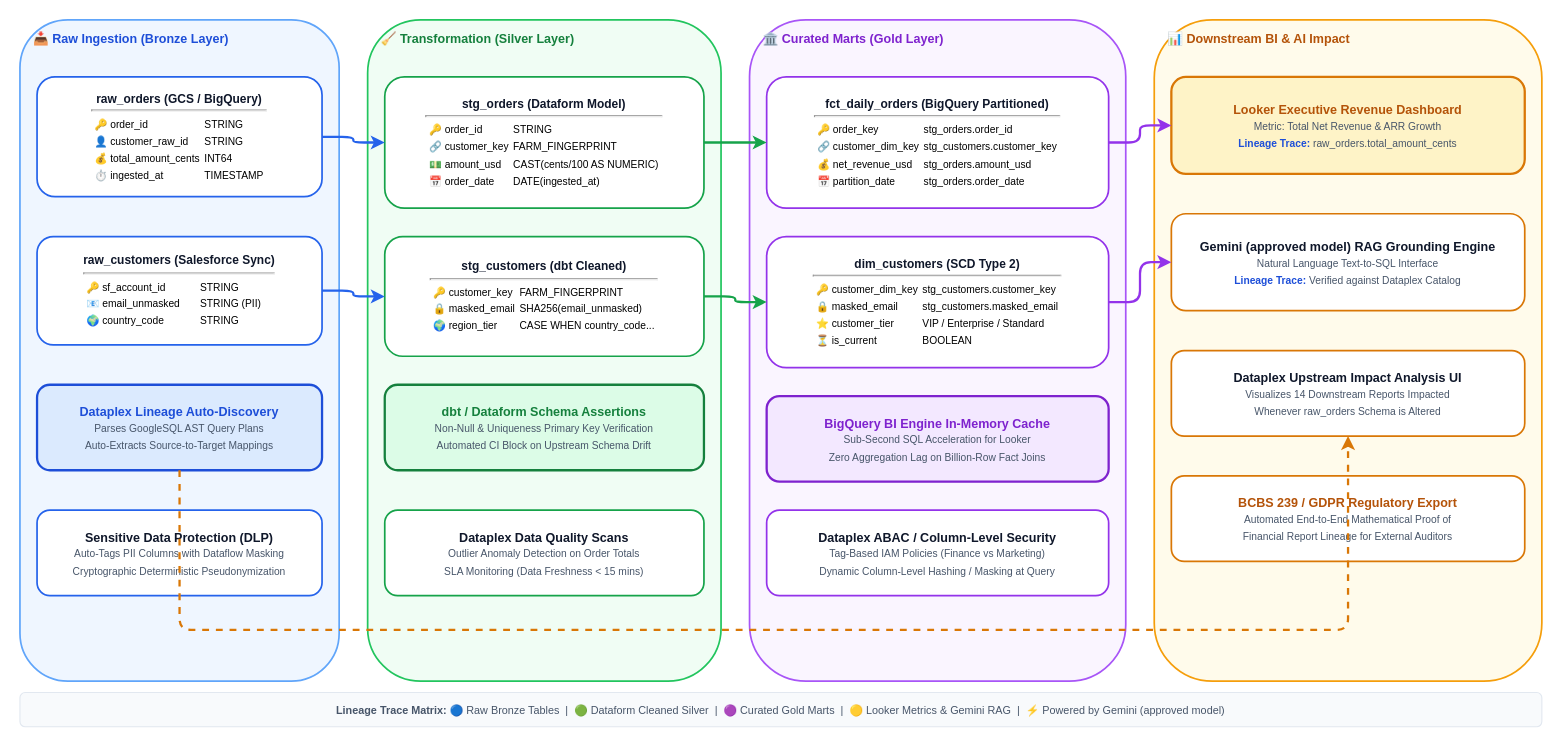
The draw.io diagram templates/master_blueprints/xml/49_data_lineage_provenance.drawio.xml in nitinaggarwal-12/PromptCanvas, before the edit. Source tidied: cells renumbered, new cells numbered last; positions are measured from the earlier drawing's top-left corner, leaving out a move shared by most shapes. Both pictures are drawn from the tidied source at 114%, with x=0, y=0 at pixel (19, 19).
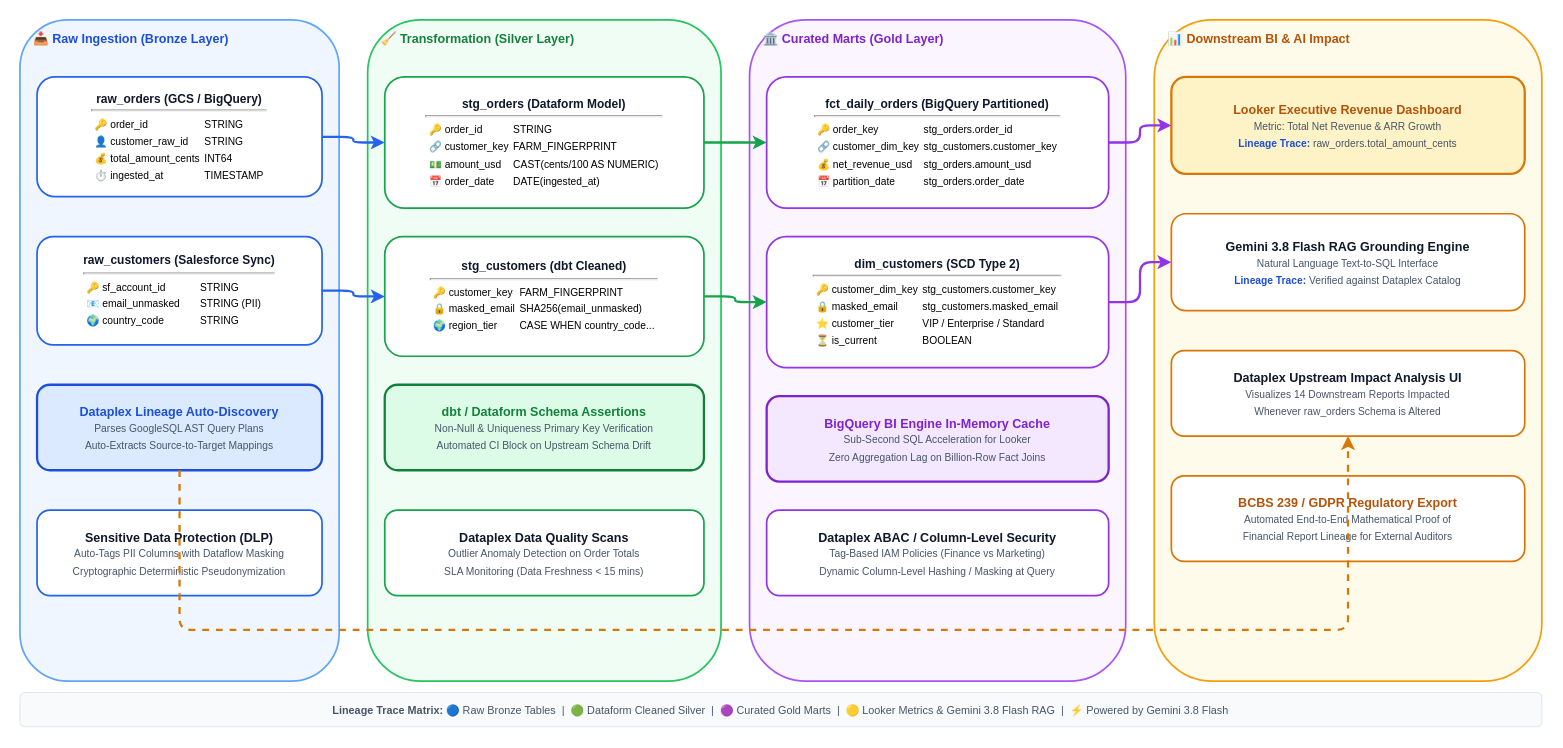
The same page after the edit.

The edit, as a diff of the source:
```diff
@@
-    <mxCell id="23" value="&lt;b style=&quot;font-size:11px;color:#0F172A;&quot;&gt;Gemini (approved model) RAG Grounding Engine&lt;/b&gt;&lt;br&gt;&lt;span style=&quot;font-size:9px;color:#475569;&quot;&gt;Natural Language Text-to-SQL Interface&lt;br&gt;&lt;b style=&quot;color:#1D4ED8;&quot;&gt;Lineage Trace:&lt;/b&gt; Verified against Dataplex Catalog&lt;/span&gt;" style="rounded=1;whiteSpace=wrap;html=1;fillColor=#FFFFFF;strokeColor=#D97706;strokeWidth=1.5;align=center;verticalAlign=middle;" parent="1" vertex="1">
+    <mxCell id="23" value="&lt;b style=&quot;font-size:11px;color:#0F172A;&quot;&gt;Gemini 3.8 Flash RAG Grounding Engine&lt;/b&gt;&lt;br&gt;&lt;span style=&quot;font-size:9px;color:#475569;&quot;&gt;Natural Language Text-to-SQL Interface&lt;br&gt;&lt;b style=&quot;color:#1D4ED8;&quot;&gt;Lineage Trace:&lt;/b&gt; Verified against Dataplex Catalog&lt;/span&gt;" style="rounded=1;whiteSpace=wrap;html=1;fillColor=#FFFFFF;strokeColor=#D97706;strokeWidth=1.5;align=center;verticalAlign=middle;" parent="1" vertex="1">
       <mxGeometry x="1010" y="170" width="310" height="85" as="geometry" />
     </mxCell>
@@
-    <mxCell id="33" value="&lt;span style=&quot;font-size:9.5px;color:#475569;&quot;&gt;&lt;b&gt;Lineage Trace Matrix:&lt;/b&gt; 🔵 Raw Bronze Tables &amp;nbsp;|&amp;nbsp; 🟢 Dataform Cleaned Silver &amp;nbsp;|&amp;nbsp; 🟣 Curated Gold Marts &amp;nbsp;|&amp;nbsp; 🟡 Looker Metrics &amp;amp; Gemini RAG &amp;nbsp;|&amp;nbsp; ⚡ Powered by Gemini (approved model)&lt;/span&gt;" style="rounded=1;whiteSpace=wrap;html=1;fillColor=#F8FAFC;strokeColor=#E2E8F0;strokeWidth=1;align=center;verticalAlign=middle;" parent="1" vertex="1">
+    <mxCell id="33" value="&lt;span style=&quot;font-size:9.5px;color:#475569;&quot;&gt;&lt;b&gt;Lineage Trace Matrix:&lt;/b&gt; 🔵 Raw Bronze Tables &amp;nbsp;|&amp;nbsp; 🟢 Dataform Cleaned Silver &amp;nbsp;|&amp;nbsp; 🟣 Curated Gold Marts &amp;nbsp;|&amp;nbsp; 🟡 Looker Metrics &amp;amp; Gemini 3.8 Flash RAG &amp;nbsp;|&amp;nbsp; ⚡ Powered by Gemini 3.8 Flash&lt;/span&gt;" style="rounded=1;whiteSpace=wrap;html=1;fillColor=#F8FAFC;strokeColor=#E2E8F0;strokeWidth=1;align=center;verticalAlign=middle;" parent="1" vertex="1">
       <mxGeometry y="590" width="1335" height="30" as="geometry" />
     </mxCell>
```
